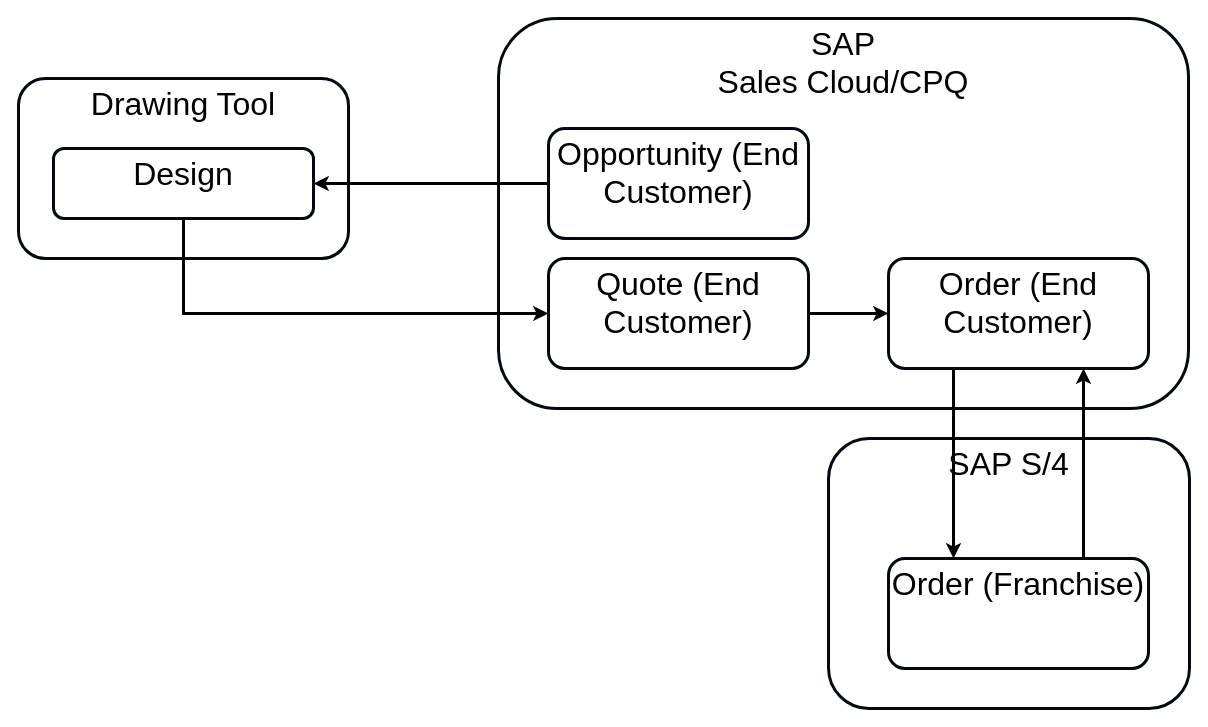
Above: page "Quote to Order Flow MTOI" (8 of 12) of Franchise.drawio in mrf742002/Diagrams (draw.io), before the change. Source tidied: cells renumbered, new cells numbered last; positions are measured from the earlier drawing's top-left corner, leaving out a move shared by most shapes. Both pictures are drawn from the tidied source at 100%, with x=0, y=0 at pixel (18, 18).
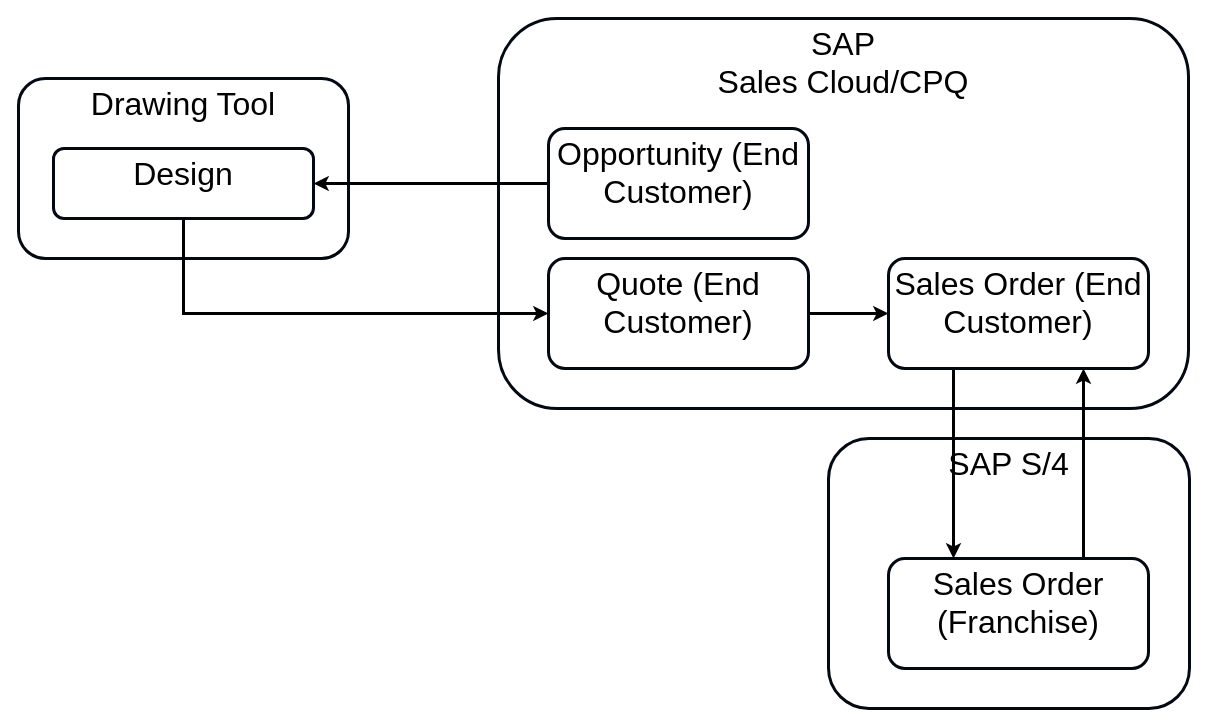
After the change.

The edit, as a diff of the source:
```diff
@@
 <mxGraphModel>
   <root>
     <mxCell id="0" />
     <mxCell id="1" parent="0" />
     <mxCell id="2" value="&lt;span style=&quot;font-size: 32px&quot;&gt;SAP S/4&lt;/span&gt;" style="rounded=1;whiteSpace=wrap;html=1;verticalAlign=top;strokeWidth=3;strokeColor=#020912;" parent="1" vertex="1">
       <mxGeometry x="810" y="420" width="361" height="270" as="geometry" />
     </mxCell>
     <mxCell id="3" value="&lt;font style=&quot;font-size: 32px&quot;&gt;SAP &lt;br&gt;Sales Cloud/CPQ&lt;/font&gt;" style="rounded=1;whiteSpace=wrap;html=1;verticalAlign=top;strokeWidth=3;strokeColor=#020912;" parent="1" vertex="1">
       <mxGeometry x="480" width="690" height="390" as="geometry" />
     </mxCell>
     <mxCell id="4" value="&lt;font style=&quot;font-size: 32px&quot;&gt;Drawing Tool&lt;br&gt;&lt;/font&gt;" style="rounded=1;whiteSpace=wrap;html=1;verticalAlign=top;strokeWidth=3;strokeColor=#020912;" parent="1" vertex="1">
       <mxGeometry y="60" width="330" height="180" as="geometry" />
     </mxCell>
     <mxCell id="5" style="edgeStyle=orthogonalEdgeStyle;rounded=0;jettySize=auto;html=1;exitX=1;exitY=0.5;exitDx=0;exitDy=0;entryX=0;entryY=0.5;entryDx=0;entryDy=0;fontSize=14;startArrow=none;startFill=0;endArrow=classic;endFill=1;strokeWidth=3;" parent="1" edge="1" source="6" target="12">
       <mxGeometry relative="1" as="geometry" />
     </mxCell>
     <mxCell id="6" value="&lt;span style=&quot;font-size: 32px&quot;&gt;Quote (End Customer)&lt;/span&gt;" style="rounded=1;whiteSpace=wrap;html=1;verticalAlign=top;strokeWidth=3;strokeColor=#020912;" parent="1" vertex="1">
       <mxGeometry x="530" y="240" width="260" height="110" as="geometry" />
     </mxCell>
     <mxCell id="7" style="edgeStyle=orthogonalEdgeStyle;rounded=0;jettySize=auto;html=1;exitX=0;exitY=0.5;exitDx=0;exitDy=0;entryX=1;entryY=0.5;entryDx=0;entryDy=0;fontSize=14;startArrow=none;startFill=0;endArrow=classic;endFill=1;strokeWidth=3;" parent="1" edge="1" source="8" target="9">
       <mxGeometry relative="1" as="geometry" />
     </mxCell>
     <mxCell id="8" value="&lt;span style=&quot;font-size: 32px&quot;&gt;Opportunity (End Customer)&lt;/span&gt;" style="rounded=1;whiteSpace=wrap;html=1;verticalAlign=top;strokeWidth=3;strokeColor=#020912;" parent="1" vertex="1">
       <mxGeometry x="530" y="110" width="260" height="110" as="geometry" />
     </mxCell>
     <mxCell id="9" value="&lt;span style=&quot;font-size: 32px&quot;&gt;Design&lt;/span&gt;" style="rounded=1;whiteSpace=wrap;html=1;verticalAlign=top;strokeWidth=3;strokeColor=#020912;" parent="1" vertex="1">
       <mxGeometry x="35" y="130" width="260" height="70" as="geometry" />
     </mxCell>
     <mxCell id="10" style="edgeStyle=orthogonalEdgeStyle;rounded=0;jettySize=auto;html=1;fontSize=14;startArrow=none;startFill=0;endArrow=classic;endFill=1;entryX=0;entryY=0.5;entryDx=0;entryDy=0;exitX=0.5;exitY=1;exitDx=0;exitDy=0;strokeWidth=3;" parent="1" edge="1" source="9" target="6">
       <mxGeometry relative="1" as="geometry" />
     </mxCell>
     <mxCell id="11" style="edgeStyle=none;rounded=0;jettySize=auto;html=1;exitX=0.25;exitY=1;exitDx=0;exitDy=0;strokeWidth=3;entryX=0.25;entryY=0;entryDx=0;entryDy=0;" parent="1" edge="1" source="12" target="14">
       <mxGeometry relative="1" as="geometry" />
     </mxCell>
-    <mxCell id="12" value="&lt;span style=&quot;font-size: 32px&quot;&gt;Order (End Customer)&lt;/span&gt;" style="rounded=1;whiteSpace=wrap;html=1;verticalAlign=top;strokeWidth=3;strokeColor=#020912;" parent="1" vertex="1">
+    <mxCell id="12" value="&lt;span style=&quot;font-size: 32px&quot;&gt;Sales Order (End Customer)&lt;/span&gt;" style="rounded=1;whiteSpace=wrap;html=1;verticalAlign=top;strokeWidth=3;strokeColor=#020912;" parent="1" vertex="1">
       <mxGeometry x="870" y="240" width="260" height="110" as="geometry" />
     </mxCell>
     <mxCell id="13" style="edgeStyle=orthogonalEdgeStyle;rounded=0;jettySize=auto;html=1;exitX=0.75;exitY=0;exitDx=0;exitDy=0;entryX=0.75;entryY=1;entryDx=0;entryDy=0;strokeWidth=3;" parent="1" edge="1" source="14" target="12">
       <mxGeometry relative="1" as="geometry" />
     </mxCell>
-    <mxCell id="14" value="&lt;span style=&quot;font-size: 32px&quot;&gt;Order (Franchise)&lt;/span&gt;" style="rounded=1;whiteSpace=wrap;html=1;verticalAlign=top;strokeWidth=3;strokeColor=#020912;" parent="1" vertex="1">
+    <mxCell id="14" value="&lt;span style=&quot;font-size: 32px&quot;&gt;Sales Order (Franchise)&lt;/span&gt;" style="rounded=1;whiteSpace=wrap;html=1;verticalAlign=top;strokeWidth=3;strokeColor=#020912;" parent="1" vertex="1">
       <mxGeometry x="870" y="540" width="260" height="110" as="geometry" />
     </mxCell>
   </root>
 </mxGraphModel>
```
